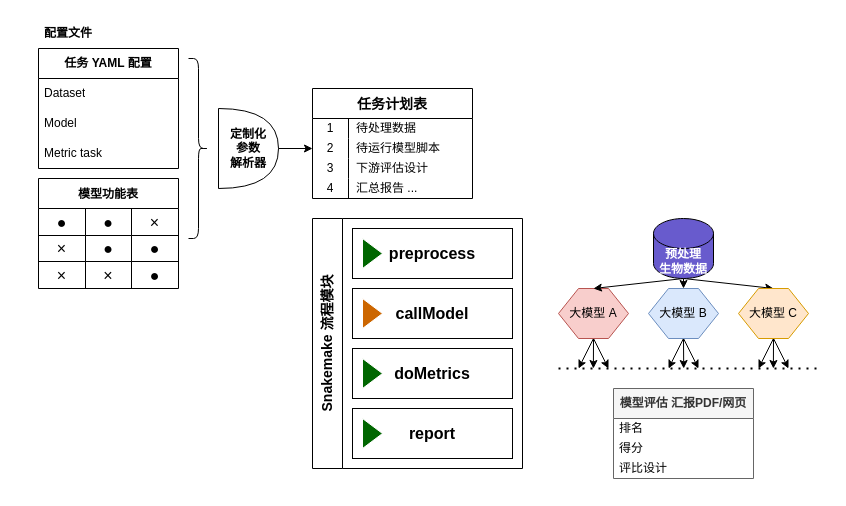
The draw.io diagram proj.drawio in WhatMelonGua/scModelMetrics, before the edit. Source tidied: cells renumbered, new cells numbered last; positions are measured from the earlier drawing's top-left corner, leaving out a move shared by most shapes. Both pictures are drawn from the tidied source at 100%, with x=0, y=0 at pixel (38, 18).
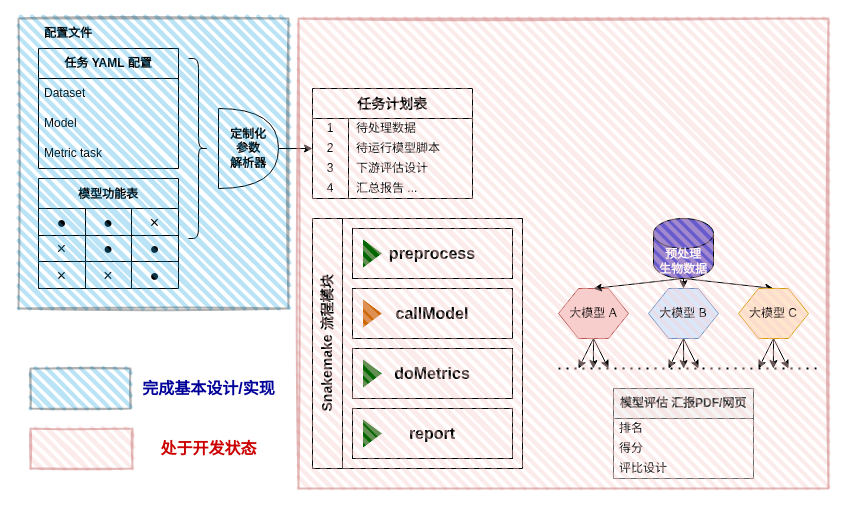
After the change.

Diff of the diagram source:
```diff
@@
+    <mxCell id="69" style="rounded=0;whiteSpace=wrap;html=1;strokeWidth=2;fillWeight=4;hachureGap=8;hachureAngle=45;fillColor=#1BA1E2;sketch=1;fillStyle=auto;opacity=30;" parent="1" vertex="1">
+      <mxGeometry x="-20" width="270" height="290" as="geometry" />
+    </mxCell>
+    <mxCell id="70" style="rounded=0;whiteSpace=wrap;html=1;strokeWidth=2;fillWeight=4;hachureGap=8;hachureAngle=45;fillColor=#f8cecc;sketch=1;fillStyle=auto;opacity=40;strokeColor=#b85450;" parent="1" vertex="1">
+      <mxGeometry x="260" width="530" height="470" as="geometry" />
+    </mxCell>
+    <mxCell id="71" style="rounded=0;whiteSpace=wrap;html=1;strokeWidth=2;fillWeight=4;hachureGap=8;hachureAngle=45;fillColor=#1BA1E2;sketch=1;fillStyle=auto;opacity=30;" parent="1" vertex="1">
+      <mxGeometry x="-8" y="350" width="100" height="40" as="geometry" />
+    </mxCell>
+    <mxCell id="72" style="rounded=0;whiteSpace=wrap;html=1;strokeWidth=2;fillWeight=4;hachureGap=8;hachureAngle=45;fillColor=#f8cecc;sketch=1;fillStyle=auto;opacity=40;strokeColor=#b85450;" parent="1" vertex="1">
+      <mxGeometry x="-8" y="410" width="102" height="40" as="geometry" />
+    </mxCell>
+    <mxCell id="73" value="&lt;b&gt;&lt;font style=&quot;font-size: 16px; color: rgb(0, 0, 153);&quot;&gt;完成基本设计/实现&lt;/font&gt;&lt;/b&gt;" style="text;html=1;align=center;verticalAlign=middle;strokeColor=none;fillColor=none;fontColor=#000099;" parent="1" vertex="1">
+      <mxGeometry x="90" y="355" width="160" height="30" as="geometry" />
+    </mxCell>
+    <mxCell id="74" value="&lt;b&gt;&lt;font style=&quot;font-size: 16px; color: rgb(204, 0, 0);&quot;&gt;处于开发状态&lt;/font&gt;&lt;/b&gt;" style="text;html=1;align=center;verticalAlign=middle;strokeColor=none;fillColor=none;" parent="1" vertex="1">
+      <mxGeometry x="110" y="415" width="120" height="30" as="geometry" />
+    </mxCell>
```
